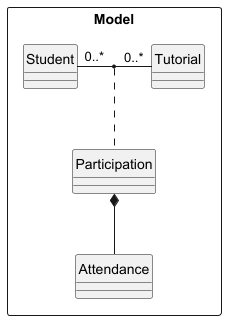
This is docs/images/ParticipationAsAssociationDiagram.png from nus-cs2103-AY2425S1/tp, a PlantUML export, as it was before one commit.
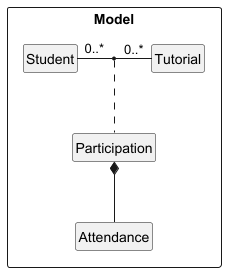
After the commit.

Diff of the diagram source:
```diff
@@ -2,11 +2,12 @@
 
 package Model as ModelPackage<<Rectangle>>{
 hide circle
+hide members
 skinparam classAttributeIconSize 0
     class Student
-
     class Tutorial
     class Participation
+    class Attendance
 
     Participation *-- Attendance
 
```
